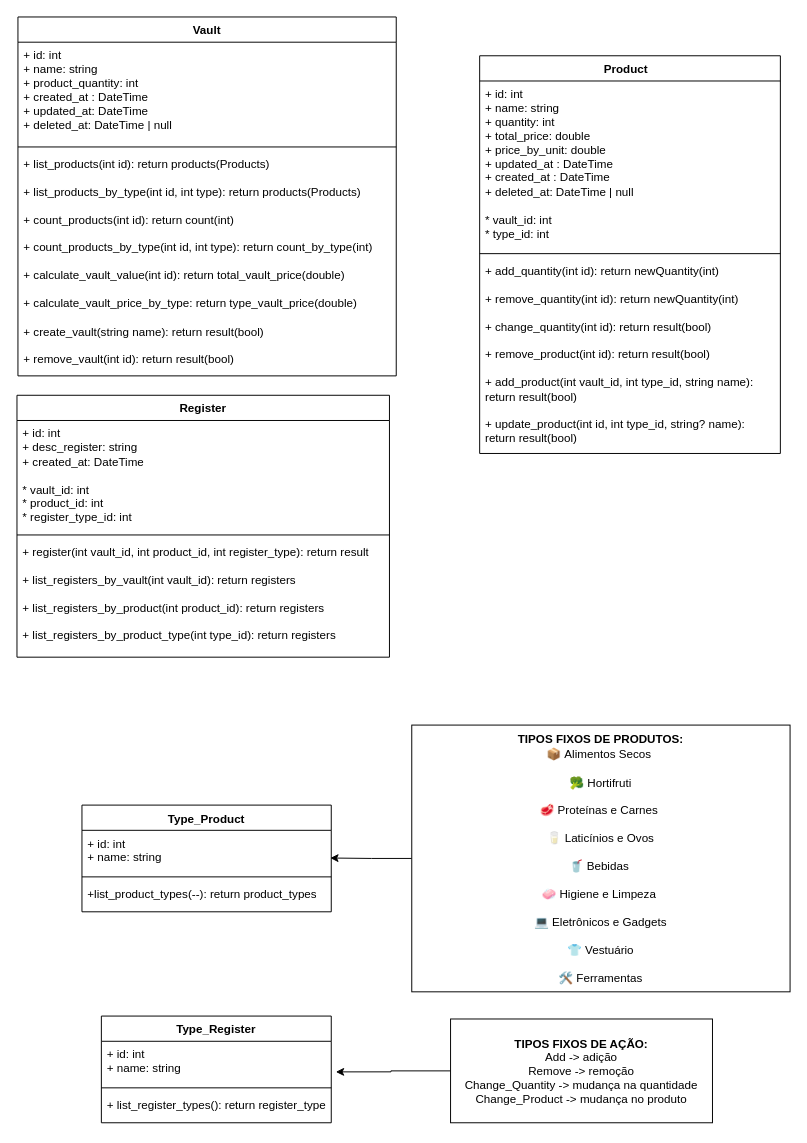
The draw.io diagram VaultRoom.drawio in dev-joaovitor/vault-room, before the edit. Source tidied: cells renumbered, new cells numbered last; positions are measured from the earlier drawing's top-left corner, leaving out a move shared by most shapes. Both pictures are drawn from the tidied source at 97%, with x=0, y=0 at pixel (16, 16).
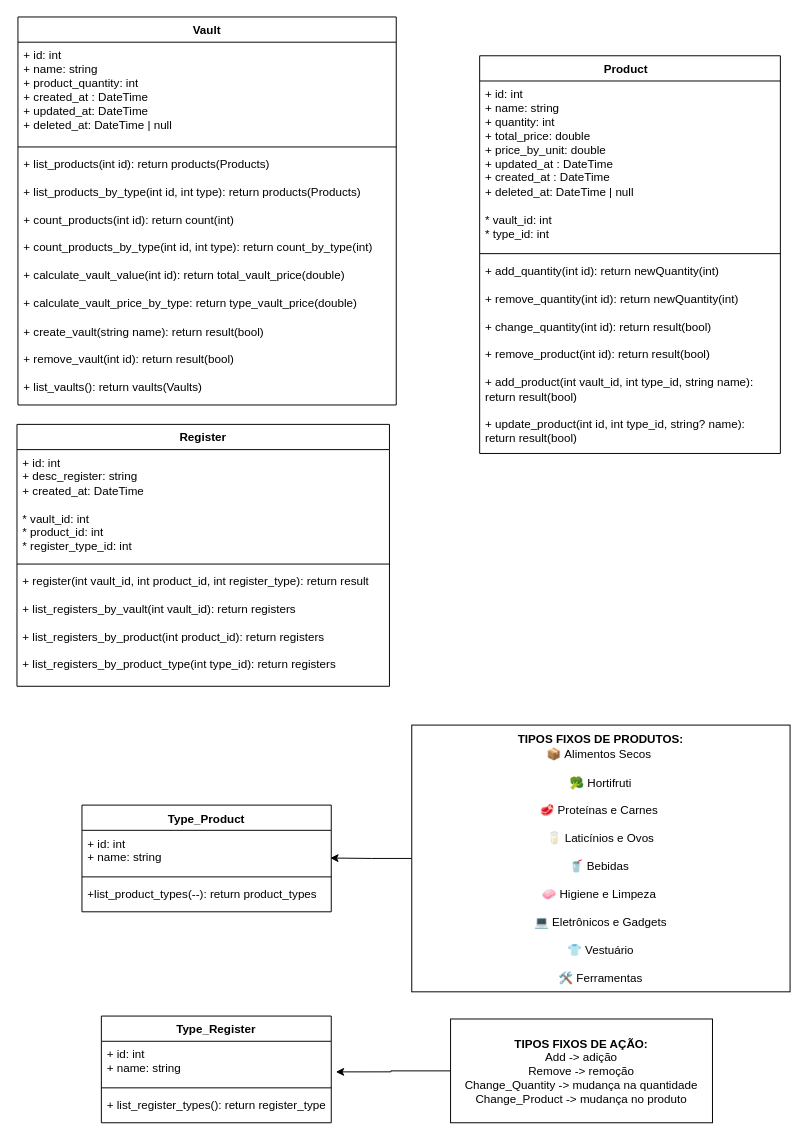
The same page after the edit.

Commit message:
docs(uml): add `list_vaults()` Vault method

The edit, as a diff of the source:
```diff
@@
     <mxCell id="2" value="&lt;div&gt;Vault&lt;/div&gt;" style="swimlane;fontStyle=1;align=center;verticalAlign=top;horizontal=1;startSize=26;whiteSpace=wrap;html=1;" parent="1" vertex="1">
-      <mxGeometry x="1" width="390" height="370" as="geometry" />
+      <mxGeometry x="1" width="390" height="400" as="geometry" />
     </mxCell>
@@
-    <mxCell id="5" value="+ list_products(int id): return products(Products)&lt;div&gt;&lt;br&gt;&lt;div&gt;+ list_products_by_type(int id, int type): return products(Products)&lt;/div&gt;&lt;div&gt;&lt;br&gt;&lt;/div&gt;&lt;div&gt;+ count_products(int id): return count&lt;span style=&quot;background-color: transparent; color: light-dark(rgb(0, 0, 0), rgb(255, 255, 255));&quot;&gt;(int)&lt;/span&gt;&lt;/div&gt;&lt;div&gt;&lt;br&gt;&lt;/div&gt;&lt;div&gt;+ count_products_by_type(int id, int type): return count_by_type(int)&lt;/div&gt;&lt;div&gt;&lt;br&gt;&lt;/div&gt;&lt;div&gt;+ calculate_vault_value(int id): return total_vault_price(double)&lt;/div&gt;&lt;div&gt;&lt;br&gt;&lt;/div&gt;&lt;div&gt;+ calculate_vault_price_by_type: return type_vault_price(double)&lt;/div&gt;&lt;div&gt;&lt;br&gt;&lt;/div&gt;&lt;div&gt;+ create_vault(string name): return result&lt;span style=&quot;background-color: transparent; color: light-dark(rgb(0, 0, 0), rgb(255, 255, 255));&quot;&gt;(bool)&lt;/span&gt;&lt;/div&gt;&lt;div&gt;&lt;br&gt;&lt;/div&gt;&lt;div&gt;+ remove_vault(int id): return result&lt;span style=&quot;background-color: transparent; color: light-dark(rgb(0, 0, 0), rgb(255, 255, 255));&quot;&gt;(bool)&lt;/span&gt;&lt;/div&gt;&lt;/div&gt;" style="text;strokeColor=none;fillColor=none;align=left;verticalAlign=top;spacingLeft=4;spacingRight=4;overflow=hidden;whiteSpace=wrap;html=1;" parent="2" vertex="1">
-      <mxGeometry y="138" width="390" height="232" as="geometry" />
+    <mxCell id="5" value="+ list_products(int id): return products(Products)&lt;div&gt;&lt;br&gt;&lt;div&gt;+ list_products_by_type(int id, int type): return products(Products)&lt;/div&gt;&lt;div&gt;&lt;br&gt;&lt;/div&gt;&lt;div&gt;+ count_products(int id): return count&lt;span style=&quot;background-color: transparent; color: light-dark(rgb(0, 0, 0), rgb(255, 255, 255));&quot;&gt;(int)&lt;/span&gt;&lt;/div&gt;&lt;div&gt;&lt;br&gt;&lt;/div&gt;&lt;div&gt;+ count_products_by_type(int id, int type): return count_by_type(int)&lt;/div&gt;&lt;div&gt;&lt;br&gt;&lt;/div&gt;&lt;div&gt;+ calculate_vault_value(int id): return total_vault_price(double)&lt;/div&gt;&lt;div&gt;&lt;br&gt;&lt;/div&gt;&lt;div&gt;+ calculate_vault_price_by_type: return type_vault_price(double)&lt;/div&gt;&lt;div&gt;&lt;br&gt;&lt;/div&gt;&lt;div&gt;+ create_vault(string name): return result&lt;span style=&quot;background-color: transparent; color: light-dark(rgb(0, 0, 0), rgb(255, 255, 255));&quot;&gt;(bool)&lt;/span&gt;&lt;/div&gt;&lt;div&gt;&lt;br&gt;&lt;/div&gt;&lt;div&gt;+ remove_vault(int id): return result&lt;span style=&quot;background-color: transparent; color: light-dark(rgb(0, 0, 0), rgb(255, 255, 255));&quot;&gt;(bool)&lt;/span&gt;&lt;/div&gt;&lt;/div&gt;&lt;div&gt;&lt;span style=&quot;background-color: transparent; color: light-dark(rgb(0, 0, 0), rgb(255, 255, 255));&quot;&gt;&lt;br&gt;&lt;/span&gt;&lt;/div&gt;&lt;div&gt;+ list_vaults(): return vaults&lt;span style=&quot;color: light-dark(rgb(0, 0, 0), rgb(255, 255, 255)); background-color: transparent;&quot;&gt;(Vaults)&lt;/span&gt;&lt;span style=&quot;background-color: transparent; color: light-dark(rgb(0, 0, 0), rgb(255, 255, 255));&quot;&gt;&lt;/span&gt;&lt;/div&gt;" style="text;strokeColor=none;fillColor=none;align=left;verticalAlign=top;spacingLeft=4;spacingRight=4;overflow=hidden;whiteSpace=wrap;html=1;" parent="2" vertex="1">
+      <mxGeometry y="138" width="390" height="262" as="geometry" />
     </mxCell>
@@
     <mxCell id="14" value="&lt;div&gt;Register&lt;/div&gt;" style="swimlane;fontStyle=1;align=center;verticalAlign=top;horizontal=1;startSize=26;whiteSpace=wrap;html=1;" parent="1" vertex="1">
-      <mxGeometry y="390" width="384" height="270" as="geometry" />
+      <mxGeometry y="420" width="384" height="270" as="geometry" />
     </mxCell>
```
